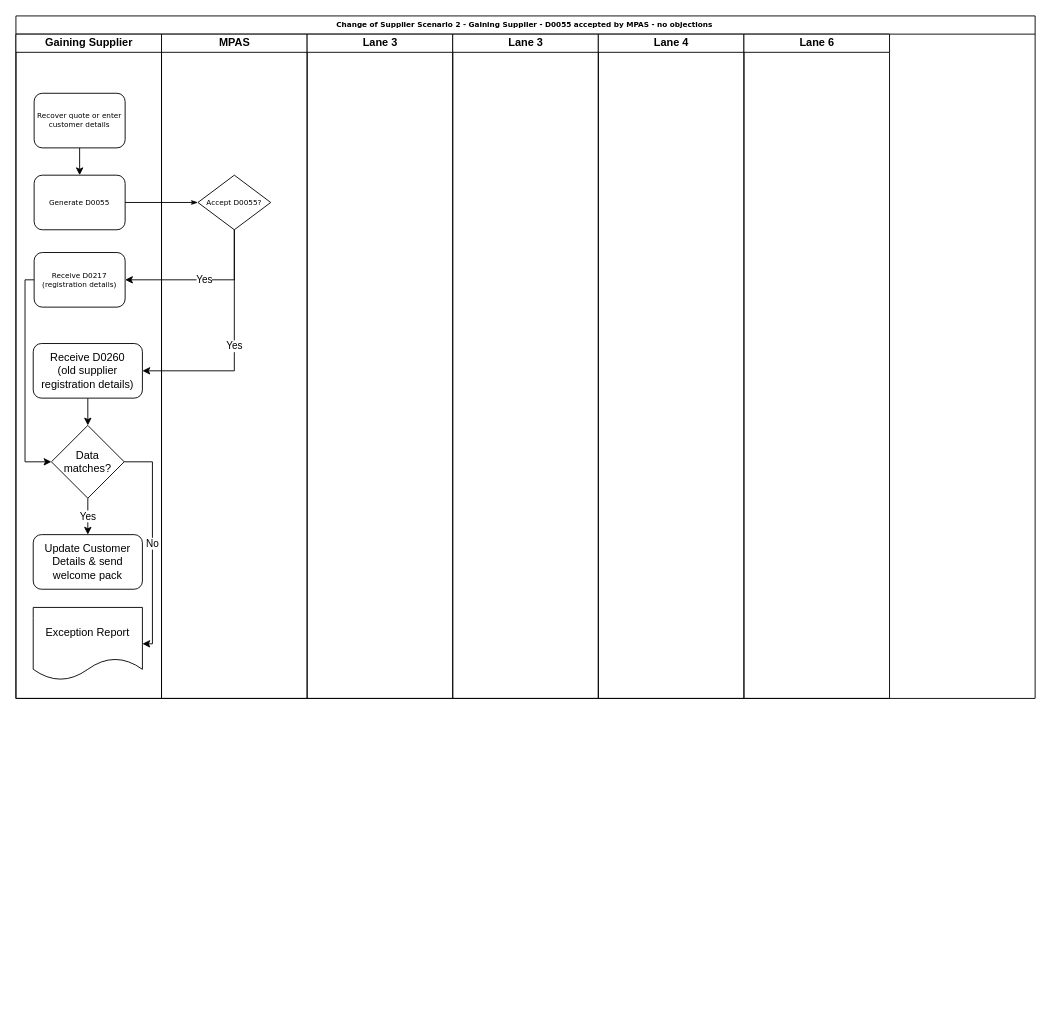
Before: Gaining Customer Electricity Scenario 2.drawio in andykanu/energy-business-processes, a draw.io diagram. Source tidied: cells renumbered, new cells numbered last; positions are measured from the earlier drawing's top-left corner, leaving out a move shared by most shapes. Both pictures are drawn from the tidied source at 91%, with x=0, y=0 at pixel (15, 15).
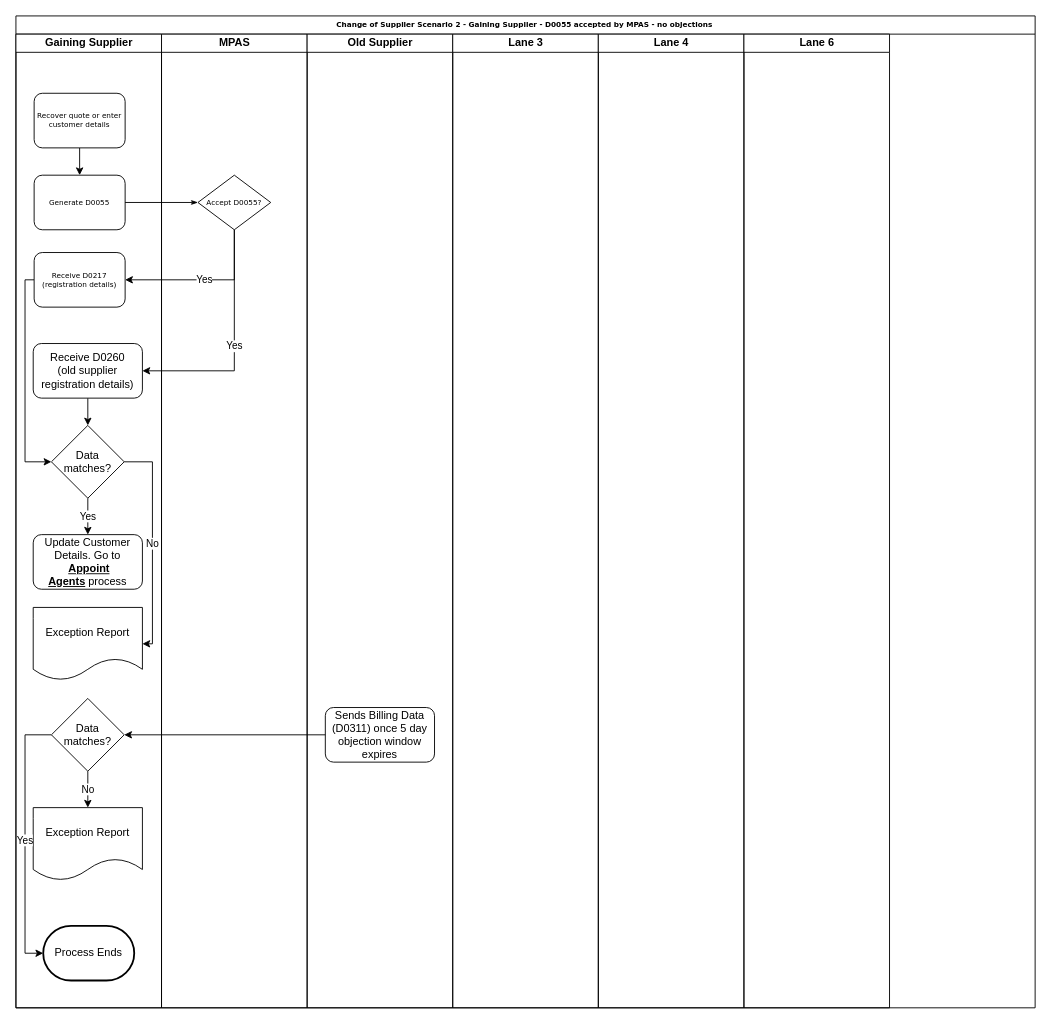
The same diagram, later.

The edit, as a diff of the source:
```diff
@@
     <mxCell id="2" value="Change of Supplier Scenario 2 - Gaining Supplier - D0055 accepted by MPAS - no objections&amp;nbsp;" style="swimlane;html=1;startSize=20;rounded=0;shadow=0;labelBackgroundColor=none;strokeColor=#000000;strokeWidth=1;fillColor=#ffffff;fontFamily=Verdana;fontSize=8;fontColor=#000000;align=center;" parent="1" vertex="1">
-      <mxGeometry width="1120" height="750" as="geometry" />
+      <mxGeometry width="1120" height="1090" as="geometry" />
     </mxCell>
     <mxCell id="3" value="Gaining Supplier" style="swimlane;html=1;startSize=20;" parent="2" vertex="1">
-      <mxGeometry y="20" width="160" height="730" as="geometry" />
+      <mxGeometry y="20" width="160" height="1070" as="geometry" />
     </mxCell>
@@
-    <mxCell id="14" value="Update Customer Details &amp;amp; send welcome pack" style="rounded=1;whiteSpace=wrap;html=1;" parent="3" vertex="1">
+    <mxCell id="14" value="Update Customer Details. Go to &amp;nbsp;&lt;b&gt;&lt;u&gt;Appoint Agents&lt;/u&gt;&lt;/b&gt;&amp;nbsp;process" style="rounded=1;whiteSpace=wrap;html=1;" parent="3" vertex="1">
       <mxGeometry x="19" y="550" width="120" height="60" as="geometry" />
     </mxCell>
@@
+    <mxCell id="25" value="Exception Report" style="shape=document;whiteSpace=wrap;html=1;boundedLbl=1;" parent="3" vertex="1">
+      <mxGeometry x="19" y="850" width="120" height="80" as="geometry" />
+    </mxCell>
+    <mxCell id="26" value="No" style="edgeStyle=orthogonalEdgeStyle;rounded=0;jettySize=auto;html=1;exitX=0.5;exitY=1;exitDx=0;exitDy=0;" parent="3" edge="1" source="28" target="25">
+      <mxGeometry relative="1" as="geometry" />
+    </mxCell>
+    <mxCell id="27" value="Yes" style="edgeStyle=orthogonalEdgeStyle;rounded=0;jettySize=auto;html=1;exitX=0;exitY=0.5;exitDx=0;exitDy=0;entryX=0;entryY=0.5;entryDx=0;entryDy=0;entryPerimeter=0;" parent="3" edge="1" source="28" target="30">
+      <mxGeometry relative="1" as="geometry">
+        <Array as="points">
+          <mxPoint x="10" y="770" />
+          <mxPoint x="10" y="1010" />
+        </Array>
+      </mxGeometry>
+    </mxCell>
+    <mxCell id="28" value="Data matches?" style="rhombus;whiteSpace=wrap;html=1;" parent="3" vertex="1">
+      <mxGeometry x="39" y="730" width="80" height="80" as="geometry" />
+    </mxCell>
+    <mxCell id="29" style="edgeStyle=orthogonalEdgeStyle;rounded=0;orthogonalLoop=1;jettySize=auto;html=1;exitX=0.5;exitY=1;exitDx=0;exitDy=0;" parent="3" edge="1">
+      <mxGeometry relative="1" as="geometry">
+        <mxPoint x="80" y="800" as="sourcePoint" />
+        <mxPoint x="80" y="800" as="targetPoint" />
+      </mxGeometry>
+    </mxCell>
+    <mxCell id="30" value="Process Ends" style="strokeWidth=2;html=1;shape=mxgraph.flowchart.terminator;whiteSpace=wrap;" parent="3" vertex="1">
+      <mxGeometry x="30" y="980" width="100" height="60" as="geometry" />
+    </mxCell>
     <mxCell id="16" value="MPAS" style="swimlane;html=1;startSize=20;" parent="2" vertex="1">
-      <mxGeometry x="160" y="20" width="160" height="730" as="geometry" />
+      <mxGeometry x="160" y="20" width="160" height="1070" as="geometry" />
     </mxCell>
@@
-    <mxCell id="18" value="Lane 3" style="swimlane;html=1;startSize=20;" parent="2" vertex="1">
-      <mxGeometry x="320" y="20" width="160" height="730" as="geometry" />
+    <mxCell id="18" value="Old Supplier" style="swimlane;html=1;startSize=20;" parent="2" vertex="1">
+      <mxGeometry x="320" y="20" width="160" height="1070" as="geometry" />
     </mxCell>
+    <mxCell id="31" value="Sends Billing Data (D0311) once 5 day objection window expires" style="rounded=1;whiteSpace=wrap;html=1;" parent="18" vertex="1">
+      <mxGeometry x="20" y="740" width="120" height="60" as="geometry" />
+    </mxCell>
     <mxCell id="19" value="Lane 3" style="swimlane;html=1;startSize=20;" parent="2" vertex="1">
-      <mxGeometry x="480" y="20" width="160" height="730" as="geometry" />
+      <mxGeometry x="480" y="20" width="160" height="1070" as="geometry" />
     </mxCell>
     <mxCell id="20" value="Lane 4" style="swimlane;html=1;startSize=20;" parent="2" vertex="1">
-      <mxGeometry x="640" y="20" width="160" height="730" as="geometry" />
+      <mxGeometry x="640" y="20" width="160" height="1070" as="geometry" />
     </mxCell>
     <mxCell id="21" value="Lane 6" style="swimlane;html=1;startSize=20;" parent="2" vertex="1">
-      <mxGeometry x="800" y="20" width="160" height="730" as="geometry" />
+      <mxGeometry x="800" y="20" width="160" height="1070" as="geometry" />
     </mxCell>
@@
+    <mxCell id="32" style="edgeStyle=orthogonalEdgeStyle;rounded=0;jettySize=auto;html=1;entryX=1;entryY=0.5;entryDx=0;entryDy=0;" parent="2" edge="1" source="31" target="28">
+      <mxGeometry relative="1" as="geometry" />
+    </mxCell>
```
